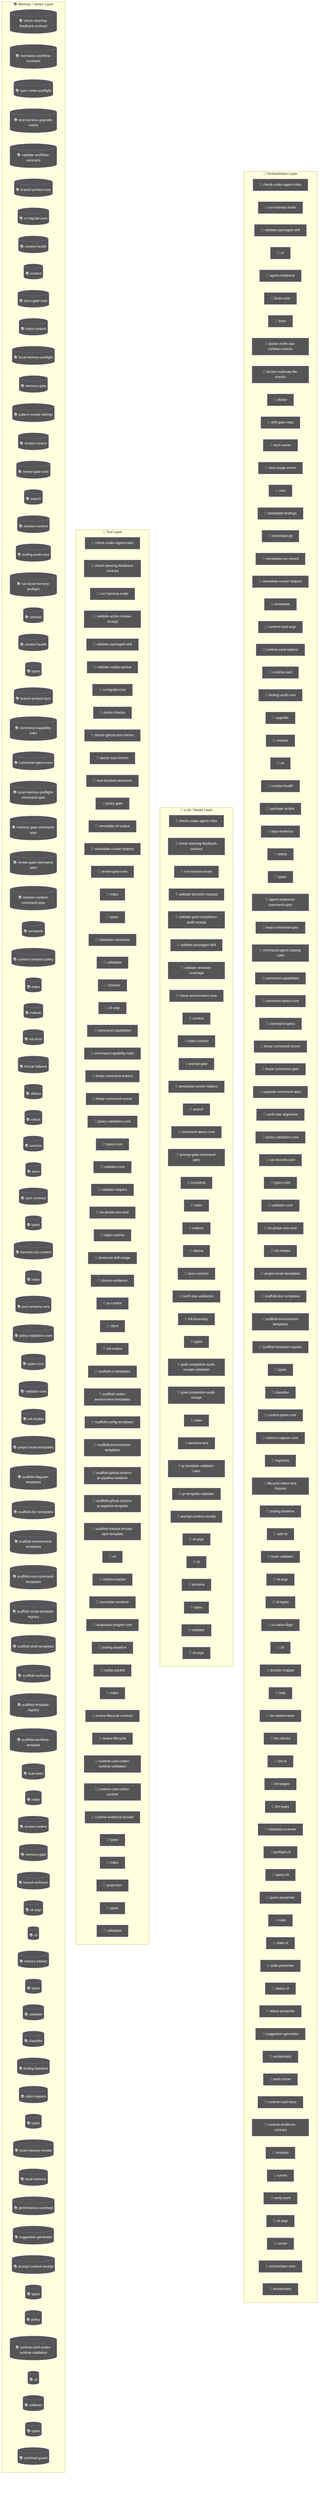
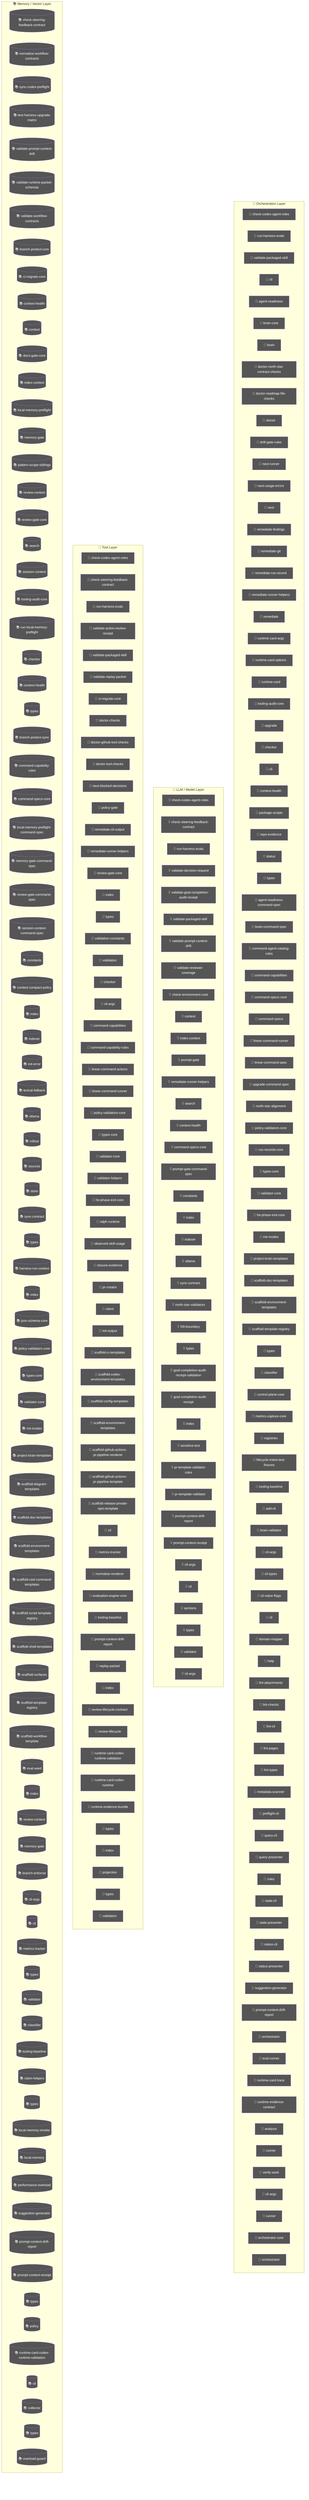
flowchart TD
  subgraph Orchestration["🎯 Orchestration Layer"]
    node_agent_mmd_orchestration_layer_orchestration_chec_7a9f0b64["🤖 check-codex-agent-roles"]
    node_agent_mmd_orchestration_layer_orchestration_run__18817957["🤖 run-harness-evals"]
    node_agent_mmd_orchestration_layer_orchestration_vali_c01b04be["🤖 validate-packaged-skill"]
    cli_99bb8840["🤖 cli"]
    agent_readiness_c82c68e6["🤖 agent-readiness"]
    brain_core_aa07c380["🤖 brain-core"]
    brain_bbbf7a64["🤖 brain"]
    doctor_north_star_contract_checks_0048124c["🤖 doctor-north-star-contract-checks"]
    doctor_roadmap_file_checks_14447b8e["🤖 doctor-roadmap-file-checks"]
    doctor_72f4be89["🤖 doctor"]
    drift_gate_rules_9685e72d["🤖 drift-gate-rules"]
    next_runner_41643472["🤖 next-runner"]
    next_usage_errors_837a345a["🤖 next-usage-errors"]
    next_c6c1c9a9["🤖 next"]
    remediate_findings_8b09c8c6["🤖 remediate-findings"]
    remediate_git_58c6f6f4["🤖 remediate-git"]
    remediate_run_record_9dfe5dc1["🤖 remediate-run-record"]
    node_agent_mmd_orchestration_layer_orchestration_reme_359fe98f["🤖 remediate-runner-helpers"]
    remediate_06b9c7fc["🤖 remediate"]
    runtime_card_args_2b3d4b28["🤖 runtime-card-args"]
    runtime_card_options_c9156ad5["🤖 runtime-card-options"]
    runtime_card_e06b53e1["🤖 runtime-card"]
    node_agent_mmd_orchestration_layer_orchestration_tool_acfe0c01["🤖 tooling-audit-core"]
    upgrade_7fef9479["🤖 upgrade"]
    node_agent_mmd_orchestration_layer_orchestration_chec_0550c395["🤖 checker"]
    cli_1_084e05fe["🤖 cli"]
    node_agent_mmd_orchestration_layer_orchestration_cont_61b3b9c9["🤖 context-health"]
    package_scripts_3ee6150f["🤖 package-scripts"]
    repo_evidence_38bb1de5["🤖 repo-evidence"]
    status_073c1634["🤖 status"]
    node_agent_mmd_orchestration_layer_orchestration_type_4f906dcc["🤖 types"]
    agent_readiness_command_spec_a30c2c1e["🤖 agent-readiness-command-spec"]
    brain_command_spec_15b122d5["🤖 brain-command-spec"]
    command_agent_catalog_rules_8e06b2af["🤖 command-agent-catalog-rules"]
    node_agent_mmd_orchestration_layer_orchestration_comm_6e41a7f7["🤖 command-capabilities"]
    node_agent_mmd_orchestration_layer_orchestration_comm_1f8cc24c["🤖 command-specs-core"]
    command_specs_69167c63["🤖 command-specs"]
    node_agent_mmd_orchestration_layer_orchestration_line_b67affd5["🤖 linear-command-runner"]
    linear_command_spec_1e12dd44["🤖 linear-command-spec"]
    upgrade_command_spec_03f6c7bd["🤖 upgrade-command-spec"]
    north_star_alignment_00440188["🤖 north-star-alignment"]
    node_agent_mmd_orchestration_layer_orchestration_poli_3270b55d["🤖 policy-validators-core"]
    run_records_core_89286dfa["🤖 run-records-core"]
    node_agent_mmd_orchestration_layer_orchestration_type_7cf81261["🤖 types-core"]
    node_agent_mmd_orchestration_layer_orchestration_vali_d9fe99e6["🤖 validator-core"]
    node_agent_mmd_orchestration_layer_orchestration_he_p_fc778c24["🤖 he-phase-exit-core"]
    node_agent_mmd_orchestration_layer_orchestration_init_2a9c3ecb["🤖 init-modes"]
    node_agent_mmd_orchestration_layer_orchestration_proj_6ab6f60f["🤖 project-brain-templates"]
    node_agent_mmd_orchestration_layer_orchestration_scaf_12cc07db["🤖 scaffold-doc-templates"]
    node_agent_mmd_orchestration_layer_orchestration_scaf_c9a90c2f["🤖 scaffold-environment-templates"]
    node_agent_mmd_orchestration_layer_orchestration_scaf_ff8f92f6["🤖 scaffold-template-registry"]
    types_15_86775c96["🤖 types"]
    node_agent_mmd_orchestration_layer_orchestration_clas_899b821a["🤖 classifier"]
    control_plane_core_db3b4cb2["🤖 control-plane-core"]
    metrics_capture_core_db4bf7cf["🤖 metrics-capture-core"]
    registries_06402afa["🤖 registries"]
    lifecycle_intent_test_fixtures_a53c7ada["🤖 lifecycle-intent-test-fixtures"]
    node_agent_mmd_orchestration_layer_orchestration_tool_cc43149f["🤖 tooling-baseline"]
    add_cli_7614de25["🤖 add-cli"]
    brain_validator_be251832["🤖 brain-validator"]
    cli_args_8_d546936e["🤖 cli-args"]
    cli_types_1686e858["🤖 cli-types"]
    cli_value_flags_732a8e43["🤖 cli-value-flags"]
    cli_9_b54c1407["🤖 cli"]
    domain_mapper_cd9333d2["🤖 domain-mapper"]
    help_106a5842["🤖 help"]
    lint_attachments_873c0632["🤖 lint-attachments"]
    lint_checks_83522b19["🤖 lint-checks"]
    lint_cli_9ec62ec0["🤖 lint-cli"]
    lint_pages_e33301d0["🤖 lint-pages"]
    lint_types_2862c255["🤖 lint-types"]
    metadata_scanner_6a101b66["🤖 metadata-scanner"]
    preflight_cli_5d148379["🤖 preflight-cli"]
    query_cli_b95be64d["🤖 query-cli"]
    query_presenter_02e6077c["🤖 query-presenter"]
    rules_6c621d1a["🤖 rules"]
    stale_cli_64548720["🤖 stale-cli"]
    stale_presenter_1de4e3a2["🤖 stale-presenter"]
    status_cli_4c24a0d6["🤖 status-cli"]
    status_presenter_8de686c1["🤖 status-presenter"]
    node_agent_mmd_orchestration_layer_orchestration_sugg_85c5ebe3["🤖 suggestion-generator"]
+     node_agent_mmd_orchestration_layer_orchestration_prom_d17b4de2["🤖 prompt-context-drift-report"]
    orchestrator_11376b7e["🤖 orchestrator"]
    eval_runner_0966a6b3["🤖 eval-runner"]
    runtime_card_trace_64a5ca95["🤖 runtime-card-trace"]
    runtime_evidence_contract_0f7b15b2["🤖 runtime-evidence-contract"]
    analysis_f44e85c4["🤖 analysis"]
    runner_527aa9f4["🤖 runner"]
    verify_work_1_cd8e7ec3["🤖 verify-work"]
    cli_args_14_3481043e["🤖 cli-args"]
    runner_1_6f281bf8["🤖 runner"]
    orchestrator_core_d0678b53["🤖 orchestrator-core"]
    orchestrator_1_6b7137c5["🤖 orchestrator"]
  end
  subgraph LLMLayer["🧠 LLM / Model Layer"]
    node_agent_mmd_llm_model_layer_llmlayer_check_codex_a_29e7b7fa["💡 check-codex-agent-roles"]
    node_agent_mmd_llm_model_layer_llmlayer_check_steerin_a7dbbd2f["💡 check-steering-feedback-contract"]
    node_agent_mmd_llm_model_layer_llmlayer_run_harness_e_603fcfdc["💡 run-harness-evals"]
    validate_decision_request_2e5c325e["💡 validate-decision-request"]
    validate_goal_completion_audit_receipt_100d252c["💡 validate-goal-completion-audit-receipt"]
    node_agent_mmd_llm_model_layer_llmlayer_validate_pack_2a12e1f4["💡 validate-packaged-skill"]
+     node_agent_mmd_llm_model_layer_llmlayer_validate_prom_9880f764["💡 validate-prompt-context-drift"]
    validate_reviewer_coverage_251efee3["💡 validate-reviewer-coverage"]
    check_environment_core_2c16213f["💡 check-environment-core"]
    node_agent_mmd_llm_model_layer_llmlayer_context_conte_ad2dfbd9["💡 context"]
    node_agent_mmd_llm_model_layer_llmlayer_index_context_1041bd11["💡 index-context"]
    prompt_gate_c5e9d207["💡 prompt-gate"]
    node_agent_mmd_llm_model_layer_llmlayer_remediate_run_9e3d4585["💡 remediate-runner-helpers"]
    node_agent_mmd_llm_model_layer_llmlayer_search_search_66b9a911["💡 search"]
+     node_agent_mmd_llm_model_layer_llmlayer_context_healt_cfc0bfa8["💡 context-health"]
    node_agent_mmd_llm_model_layer_llmlayer_command_specs_782af9fa["💡 command-specs-core"]
    prompt_gate_command_spec_9a941482["💡 prompt-gate-command-spec"]
    node_agent_mmd_llm_model_layer_llmlayer_constants_con_c9bd3f6c["💡 constants"]
    node_agent_mmd_llm_model_layer_llmlayer_index_index_1_02e160ff["💡 index"]
    node_agent_mmd_llm_model_layer_llmlayer_indexer_index_4f4deef5["💡 indexer"]
    node_agent_mmd_llm_model_layer_llmlayer_ollama_ollama_968b23fa["💡 ollama"]
    node_agent_mmd_llm_model_layer_llmlayer_sync_contract_9f3cc8c1["💡 sync-contract"]
    north_star_validators_cfc926ce["💡 north-star-validators"]
    hilt_boundary_9b36fb15["💡 hilt-boundary"]
    types_9_1db4641f["💡 types"]
    goal_completion_audit_receipt_validation_9d0f4891["💡 goal-completion-audit-receipt-validation"]
    goal_completion_audit_receipt_5e4939c3["💡 goal-completion-audit-receipt"]
    index_4_013aa0e3["💡 index"]
    sensitive_text_7c11f760["💡 sensitive-text"]
    pr_template_validator_rules_20a32d6b["💡 pr-template-validator-rules"]
    pr_template_validator_f1a53aee["💡 pr-template-validator"]
+     node_agent_mmd_llm_model_layer_llmlayer_index_index_1_02e160ff["💡 index"]
+     node_agent_mmd_llm_model_layer_llmlayer_prompt_contex_81f9066a["💡 prompt-context-drift-report"]
    node_agent_mmd_llm_model_layer_llmlayer_index_index_1_02e160ff["💡 index"]
    node_agent_mmd_llm_model_layer_llmlayer_prompt_contex_6426acc2["💡 prompt-context-receipt"]
    cli_args_9_9c136878["💡 cli-args"]
    cli_10_35dc8cbd["💡 cli"]
    sections_4697ef32["💡 sections"]
    types_25_89d086aa["💡 types"]
    validator_6_3688adbf["💡 validator"]
    cli_args_10_861cdd3f["💡 cli-args"]
  end
  subgraph ToolLayer["🔧 Tool Layer"]
    node_agent_mmd_tool_layer_toollayer_check_codex_agent_4b361d5a["🔧 check-codex-agent-roles"]
    node_agent_mmd_tool_layer_toollayer_check_steering_fe_84ed22c2["🔧 check-steering-feedback-contract"]
    node_agent_mmd_tool_layer_toollayer_run_harness_evals_e2ee24f1["🔧 run-harness-evals"]
    validate_action_review_receipt_fa2f06c3["🔧 validate-action-review-receipt"]
    node_agent_mmd_tool_layer_toollayer_validate_packaged_2855c827["🔧 validate-packaged-skill"]
    validate_replay_packet_f309747e["🔧 validate-replay-packet"]
    node_agent_mmd_tool_layer_toollayer_ci_migrate_core_c_049f8460["🔧 ci-migrate-core"]
    doctor_checks_5a2eb2b9["🔧 doctor-checks"]
    doctor_github_tool_checks_a53b0382["🔧 doctor-github-tool-checks"]
    doctor_tool_checks_4acac51a["🔧 doctor-tool-checks"]
    next_blocked_decisions_4140ad2b["🔧 next-blocked-decisions"]
    policy_gate_213f7313["🔧 policy-gate"]
    remediate_cli_output_cc165396["🔧 remediate-cli-output"]
    node_agent_mmd_tool_layer_toollayer_remediate_runner__c003b871["🔧 remediate-runner-helpers"]
    node_agent_mmd_tool_layer_toollayer_review_gate_core__7704598b["🔧 review-gate-core"]
    index_1bc04b52["🔧 index"]
    types_1_4ecdf56e["🔧 types"]
    validation_constants_e002a0f6["🔧 validation-constants"]
    validation_98c41dcd["🔧 validation"]
    node_agent_mmd_tool_layer_toollayer_checker_checker_2_453d593b["🔧 checker"]
    cli_args_1_6144b055["🔧 cli-args"]
    node_agent_mmd_tool_layer_toollayer_command_capabilit_7fe13db1["🔧 command-capabilities"]
    node_agent_mmd_tool_layer_toollayer_command_capabilit_e97a4615["🔧 command-capability-rules"]
    linear_command_actions_e430f4f4["🔧 linear-command-actions"]
    node_agent_mmd_tool_layer_toollayer_linear_command_ru_d6763748["🔧 linear-command-runner"]
    node_agent_mmd_tool_layer_toollayer_policy_validators_af136abf["🔧 policy-validators-core"]
    node_agent_mmd_tool_layer_toollayer_types_core_types__6c8319b6["🔧 types-core"]
    node_agent_mmd_tool_layer_toollayer_validator_core_va_6ef6131f["🔧 validator-core"]
    validator_helpers_7b927667["🔧 validator-helpers"]
    node_agent_mmd_tool_layer_toollayer_he_phase_exit_cor_af016160["🔧 he-phase-exit-core"]
    ralph_runtime_73d63c0e["🔧 ralph-runtime"]
    observed_skill_usage_ed7d5930["🔧 observed-skill-usage"]
    closure_evidence_aaa31467["🔧 closure-evidence"]
    pr_creator_dc6b1ea4["🔧 pr-creator"]
    client_948fe603["🔧 client"]
    init_output_360dce91["🔧 init-output"]
    scaffold_ci_templates_2afd6392["🔧 scaffold-ci-templates"]
    scaffold_codex_environment_templates_334fbbed["🔧 scaffold-codex-environment-templates"]
    scaffold_config_templates_4b80ce53["🔧 scaffold-config-templates"]
    node_agent_mmd_tool_layer_toollayer_scaffold_environm_c1afc013["🔧 scaffold-environment-templates"]
    scaffold_github_actions_pr_pipeline_renderer_1ee18de5["🔧 scaffold-github-actions-pr-pipeline-renderer"]
    scaffold_github_actions_pr_pipeline_template_e2b85f62["🔧 scaffold-github-actions-pr-pipeline-template"]
    scaffold_release_private_npm_template_075499f8["🔧 scaffold-release-private-npm-template"]
    node_agent_mmd_tool_layer_toollayer_cli_cli_2_1_32d9eeaf["🔧 cli"]
    node_agent_mmd_tool_layer_toollayer_metrics_tracker_m_4c9237d8["🔧 metrics-tracker"]
    normalise_renderer_85f2e563["🔧 normalise-renderer"]
    evaluation_engine_core_e054fe49["🔧 evaluation-engine-core"]
    node_agent_mmd_tool_layer_toollayer_tooling_baseline__61e66e9f["🔧 tooling-baseline"]
+     node_agent_mmd_tool_layer_toollayer_prompt_context_dr_a2772f2b["🔧 prompt-context-drift-report"]
    replay_packet_a1293f88["🔧 replay-packet"]
-     index_11_ffcd5842["🔧 index"]
+     index_12_762ec91b["🔧 index"]
    review_lifecycle_contract_e5447221["🔧 review-lifecycle-contract"]
    review_lifecycle_89afa64c["🔧 review-lifecycle"]
    node_agent_mmd_tool_layer_toollayer_runtime_card_code_3636ceac["🔧 runtime-card-codex-runtime-validation"]
    runtime_card_codex_runtime_0655e230["🔧 runtime-card-codex-runtime"]
    runtime_evidence_bundle_d471a232["🔧 runtime-evidence-bundle"]
    types_34_85e6a0bb["🔧 types"]
-     index_14_d982116c["🔧 index"]
+     index_15_99636ec5["🔧 index"]
    projection_1b250ea1["🔧 projection"]
    types_36_674380ec["🔧 types"]
    validation_6_097a7ce3["🔧 validation"]
  end
  subgraph MemoryLayer["📚 Memory / Vector Layer"]
    node_agent_mmd_memory_vector_layer_memorylayer_check__d71f8993[("📚 check-steering-feedback-contract")]
    normalize_workflow_contracts_8701f1c8[("📚 normalize-workflow-contracts")]
    sync_codex_preflight_7e7a8dc2[("📚 sync-codex-preflight")]
    test_harness_upgrade_matrix_84113c4e[("📚 test-harness-upgrade-matrix")]
+     node_agent_mmd_memory_vector_layer_memorylayer_valida_c52c4db8[("📚 validate-prompt-context-drift")]
+     validate_runtime_packet_schemas_bc3ba8ec[("📚 validate-runtime-packet-schemas")]
    validate_workflow_contracts_33dc063c[("📚 validate-workflow-contracts")]
    branch_protect_core_a8feb0fd[("📚 branch-protect-core")]
    node_agent_mmd_memory_vector_layer_memorylayer_ci_mig_0cd5b1a4[("📚 ci-migrate-core")]
    context_health_80bb7da9[("📚 context-health")]
    node_agent_mmd_memory_vector_layer_memorylayer_contex_78ceaaa9[("📚 context")]
    docs_gate_core_eb9b6c18[("📚 docs-gate-core")]
    node_agent_mmd_memory_vector_layer_memorylayer_index__6f3402d0[("📚 index-context")]
    local_memory_preflight_dcc36c42[("📚 local-memory-preflight")]
    memory_gate_a577a506[("📚 memory-gate")]
    pattern_scope_siblings_43abe000[("📚 pattern-scope-siblings")]
    review_context_ca6cf81d[("📚 review-context")]
    node_agent_mmd_memory_vector_layer_memorylayer_review_5bee9816[("📚 review-gate-core")]
    node_agent_mmd_memory_vector_layer_memorylayer_search_ac35cb7e[("📚 search")]
    session_context_e5ec72c0[("📚 session-context")]
    node_agent_mmd_memory_vector_layer_memorylayer_toolin_a1185b8f[("📚 tooling-audit-core")]
    run_local_memory_preflight_36e92808[("📚 run-local-memory-preflight")]
    node_agent_mmd_memory_vector_layer_memorylayer_checke_a583eb4f[("📚 checker")]
-     node_agent_mmd_memory_vector_layer_memorylayer_contex_fe0865d6[("📚 context-health")]
+     node_agent_mmd_memory_vector_layer_memorylayer_contex_3204aa0e[("📚 context-health")]
    node_agent_mmd_memory_vector_layer_memorylayer_types__9ad640a0[("📚 types")]
    branch_protect_sync_570adb18[("📚 branch-protect-sync")]
    node_agent_mmd_memory_vector_layer_memorylayer_comman_c72a5d05[("📚 command-capability-rules")]
    node_agent_mmd_memory_vector_layer_memorylayer_comman_111eb454[("📚 command-specs-core")]
    local_memory_preflight_command_spec_9e23f3ce[("📚 local-memory-preflight-command-spec")]
    memory_gate_command_spec_dc9001a9[("📚 memory-gate-command-spec")]
    review_gate_command_spec_3187376a[("📚 review-gate-command-spec")]
    session_context_command_spec_973afbb1[("📚 session-context-command-spec")]
    node_agent_mmd_memory_vector_layer_memorylayer_consta_702d3f46[("📚 constants")]
    context_compact_policy_3dcaf95d[("📚 context-compact-policy")]
    node_agent_mmd_memory_vector_layer_memorylayer_index__752bc61e[("📚 index")]
    node_agent_mmd_memory_vector_layer_memorylayer_indexe_93e6d86f[("📚 indexer")]
    init_error_5c7dd49f[("📚 init-error")]
    lexical_fallback_723e2b3e[("📚 lexical-fallback")]
    node_agent_mmd_memory_vector_layer_memorylayer_ollama_6d51be16[("📚 ollama")]
    rollout_a4fa034c[("📚 rollout")]
    sources_878a52fc[("📚 sources")]
    store_824d80d7[("📚 store")]
    node_agent_mmd_memory_vector_layer_memorylayer_sync_c_e43418bc[("📚 sync-contract")]
    types_7_2f1ed65e[("📚 types")]
    harness_run_context_ac7c77a9[("📚 harness-run-context")]
    index_3_7e40d474[("📚 index")]
    json_schema_core_96d7e328[("📚 json-schema-core")]
    node_agent_mmd_memory_vector_layer_memorylayer_policy_1944de42[("📚 policy-validators-core")]
    node_agent_mmd_memory_vector_layer_memorylayer_types__83f369fa[("📚 types-core")]
    node_agent_mmd_memory_vector_layer_memorylayer_valida_41034356[("📚 validator-core")]
    node_agent_mmd_memory_vector_layer_memorylayer_init_m_333d02c5[("📚 init-modes")]
    node_agent_mmd_memory_vector_layer_memorylayer_projec_3ae304d9[("📚 project-brain-templates")]
    scaffold_diagram_templates_dd88e83c[("📚 scaffold-diagram-templates")]
    node_agent_mmd_memory_vector_layer_memorylayer_scaffo_5fd73b94[("📚 scaffold-doc-templates")]
    node_agent_mmd_memory_vector_layer_memorylayer_scaffo_12b42341[("📚 scaffold-environment-templates")]
    scaffold_root_command_templates_404fed7f[("📚 scaffold-root-command-templates")]
    scaffold_script_template_registry_69312d4e[("📚 scaffold-script-template-registry")]
    scaffold_shell_templates_0ad0f915[("📚 scaffold-shell-templates")]
    scaffold_surfaces_12d6494e[("📚 scaffold-surfaces")]
    node_agent_mmd_memory_vector_layer_memorylayer_scaffo_a86eece1[("📚 scaffold-template-registry")]
    scaffold_workflow_template_92310587[("📚 scaffold-workflow-template")]
    eval_seed_5699fd3e[("📚 eval-seed")]
    index_8_6f0f20ec[("📚 index")]
    review_context_1_e3afed15[("📚 review-context")]
    memory_gate_1_265164ac[("📚 memory-gate")]
    branch_enforcer_acb749cd[("📚 branch-enforcer")]
    cli_args_5_09ea29f0[("📚 cli-args")]
    node_agent_mmd_memory_vector_layer_memorylayer_cli_cl_1f1f89ab[("📚 cli")]
    node_agent_mmd_memory_vector_layer_memorylayer_metric_12562178[("📚 metrics-tracker")]
    types_17_ed30531c[("📚 types")]
    validator_4_5180cf23[("📚 validator")]
    node_agent_mmd_memory_vector_layer_memorylayer_classi_1ebbf5ff[("📚 classifier")]
    node_agent_mmd_memory_vector_layer_memorylayer_toolin_14f86b00[("📚 tooling-baseline")]
    claim_helpers_20dc8387[("📚 claim-helpers")]
    types_22_f3cf4a73[("📚 types")]
    local_memory_smoke_1175abfc[("📚 local-memory-smoke")]
    local_memory_0db17ecc[("📚 local-memory")]
    performance_overload_c685bfcf[("📚 performance-overload")]
    node_agent_mmd_memory_vector_layer_memorylayer_sugges_267f408d[("📚 suggestion-generator")]
    node_agent_mmd_memory_vector_layer_memorylayer_index__752bc61e[("📚 index")]
+     node_agent_mmd_memory_vector_layer_memorylayer_prompt_ae34fc43[("📚 prompt-context-drift-report")]
+     node_agent_mmd_memory_vector_layer_memorylayer_index__752bc61e[("📚 index")]
    node_agent_mmd_memory_vector_layer_memorylayer_prompt_55c0d605[("📚 prompt-context-receipt")]
    types_29_929d5a70[("📚 types")]
    policy_1_fc4198db[("📚 policy")]
    node_agent_mmd_memory_vector_layer_memorylayer_runtim_a5d23e7f[("📚 runtime-card-codex-runtime-validation")]
    cli_11_338a8415[("📚 cli")]
    collector_0736fd5b[("📚 collector")]
    types_32_bfe791ff[("📚 types")]
    overload_guard_2748c559[("📚 overload-guard")]
  end
  classDef agentNode fill:#555,color:#fff
-   class node_agent_mmd_orchestration_layer_orchestration_chec_7a9f0b64,node_agent_mmd_llm_model_layer_llmlayer_check_codex_a_29e7b7fa,node_agent_mmd_tool_layer_toollayer_check_codex_agent_4b361d5a,node_agent_mmd_orchestration_layer_orchestration_run__18817957,node_agent_mmd_llm_model_layer_llmlayer_run_harness_e_603fcfdc,node_agent_mmd_tool_layer_toollayer_run_harness_evals_e2ee24f1,node_agent_mmd_orchestration_layer_orchestration_vali_c01b04be,node_agent_mmd_llm_model_layer_llmlayer_validate_pack_2a12e1f4,node_agent_mmd_tool_layer_toollayer_validate_packaged_2855c827,cli_99bb8840,agent_readiness_c82c68e6,brain_core_aa07c380,brain_bbbf7a64,doctor_north_star_contract_checks_0048124c,doctor_roadmap_file_checks_14447b8e,doctor_72f4be89,drift_gate_rules_9685e72d,next_runner_41643472,next_usage_errors_837a345a,next_c6c1c9a9,remediate_findings_8b09c8c6,remediate_git_58c6f6f4,remediate_run_record_9dfe5dc1,node_agent_mmd_orchestration_layer_orchestration_reme_359fe98f,node_agent_mmd_llm_model_layer_llmlayer_remediate_run_9e3d4585,node_agent_mmd_tool_layer_toollayer_remediate_runner__c003b871,remediate_06b9c7fc,runtime_card_args_2b3d4b28,runtime_card_options_c9156ad5,runtime_card_e06b53e1,node_agent_mmd_orchestration_layer_orchestration_tool_acfe0c01,node_agent_mmd_memory_vector_layer_memorylayer_toolin_a1185b8f,upgrade_7fef9479,node_agent_mmd_orchestration_layer_orchestration_chec_0550c395,node_agent_mmd_tool_layer_toollayer_checker_checker_2_453d593b,node_agent_mmd_memory_vector_layer_memorylayer_checke_a583eb4f,cli_1_084e05fe,node_agent_mmd_orchestration_layer_orchestration_cont_61b3b9c9,node_agent_mmd_memory_vector_layer_memorylayer_contex_fe0865d6,package_scripts_3ee6150f,repo_evidence_38bb1de5,status_073c1634,node_agent_mmd_orchestration_layer_orchestration_type_4f906dcc,node_agent_mmd_memory_vector_layer_memorylayer_types__9ad640a0,agent_readiness_command_spec_a30c2c1e,brain_command_spec_15b122d5,command_agent_catalog_rules_8e06b2af,node_agent_mmd_orchestration_layer_orchestration_comm_6e41a7f7,node_agent_mmd_tool_layer_toollayer_command_capabilit_7fe13db1,node_agent_mmd_orchestration_layer_orchestration_comm_1f8cc24c,node_agent_mmd_llm_model_layer_llmlayer_command_specs_782af9fa,node_agent_mmd_memory_vector_layer_memorylayer_comman_111eb454,command_specs_69167c63,node_agent_mmd_orchestration_layer_orchestration_line_b67affd5,node_agent_mmd_tool_layer_toollayer_linear_command_ru_d6763748,linear_command_spec_1e12dd44,upgrade_command_spec_03f6c7bd,north_star_alignment_00440188,node_agent_mmd_orchestration_layer_orchestration_poli_3270b55d,node_agent_mmd_tool_layer_toollayer_policy_validators_af136abf,node_agent_mmd_memory_vector_layer_memorylayer_policy_1944de42,run_records_core_89286dfa,node_agent_mmd_orchestration_layer_orchestration_type_7cf81261,node_agent_mmd_tool_layer_toollayer_types_core_types__6c8319b6,node_agent_mmd_memory_vector_layer_memorylayer_types__83f369fa,node_agent_mmd_orchestration_layer_orchestration_vali_d9fe99e6,node_agent_mmd_tool_layer_toollayer_validator_core_va_6ef6131f,node_agent_mmd_memory_vector_layer_memorylayer_valida_41034356,node_agent_mmd_orchestration_layer_orchestration_he_p_fc778c24,node_agent_mmd_tool_layer_toollayer_he_phase_exit_cor_af016160,node_agent_mmd_orchestration_layer_orchestration_init_2a9c3ecb,node_agent_mmd_memory_vector_layer_memorylayer_init_m_333d02c5,node_agent_mmd_orchestration_layer_orchestration_proj_6ab6f60f,node_agent_mmd_memory_vector_layer_memorylayer_projec_3ae304d9,node_agent_mmd_orchestration_layer_orchestration_scaf_12cc07db,node_agent_mmd_memory_vector_layer_memorylayer_scaffo_5fd73b94,node_agent_mmd_orchestration_layer_orchestration_scaf_c9a90c2f,node_agent_mmd_tool_layer_toollayer_scaffold_environm_c1afc013,node_agent_mmd_memory_vector_layer_memorylayer_scaffo_12b42341,node_agent_mmd_orchestration_layer_orchestration_scaf_ff8f92f6,node_agent_mmd_memory_vector_layer_memorylayer_scaffo_a86eece1,types_15_86775c96,node_agent_mmd_orchestration_layer_orchestration_clas_899b821a,node_agent_mmd_memory_vector_layer_memorylayer_classi_1ebbf5ff,control_plane_core_db3b4cb2,metrics_capture_core_db4bf7cf,registries_06402afa,lifecycle_intent_test_fixtures_a53c7ada,node_agent_mmd_orchestration_layer_orchestration_tool_cc43149f,node_agent_mmd_tool_layer_toollayer_tooling_baseline__61e66e9f,node_agent_mmd_memory_vector_layer_memorylayer_toolin_14f86b00,add_cli_7614de25,brain_validator_be251832,cli_args_8_d546936e,cli_types_1686e858,cli_value_flags_732a8e43,cli_9_b54c1407,domain_mapper_cd9333d2,help_106a5842,lint_attachments_873c0632,lint_checks_83522b19,lint_cli_9ec62ec0,lint_pages_e33301d0,lint_types_2862c255,metadata_scanner_6a101b66,preflight_cli_5d148379,query_cli_b95be64d,query_presenter_02e6077c,rules_6c621d1a,stale_cli_64548720,stale_presenter_1de4e3a2,status_cli_4c24a0d6,status_presenter_8de686c1,node_agent_mmd_orchestration_layer_orchestration_sugg_85c5ebe3,node_agent_mmd_memory_vector_layer_memorylayer_sugges_267f408d,orchestrator_11376b7e,eval_runner_0966a6b3,runtime_card_trace_64a5ca95,runtime_evidence_contract_0f7b15b2,analysis_f44e85c4,runner_527aa9f4,verify_work_1_cd8e7ec3,cli_args_14_3481043e,runner_1_6f281bf8,orchestrator_core_d0678b53,orchestrator_1_6b7137c5 agentNode
+   class node_agent_mmd_orchestration_layer_orchestration_chec_7a9f0b64,node_agent_mmd_llm_model_layer_llmlayer_check_codex_a_29e7b7fa,node_agent_mmd_tool_layer_toollayer_check_codex_agent_4b361d5a,node_agent_mmd_orchestration_layer_orchestration_run__18817957,node_agent_mmd_llm_model_layer_llmlayer_run_harness_e_603fcfdc,node_agent_mmd_tool_layer_toollayer_run_harness_evals_e2ee24f1,node_agent_mmd_orchestration_layer_orchestration_vali_c01b04be,node_agent_mmd_llm_model_layer_llmlayer_validate_pack_2a12e1f4,node_agent_mmd_tool_layer_toollayer_validate_packaged_2855c827,cli_99bb8840,agent_readiness_c82c68e6,brain_core_aa07c380,brain_bbbf7a64,doctor_north_star_contract_checks_0048124c,doctor_roadmap_file_checks_14447b8e,doctor_72f4be89,drift_gate_rules_9685e72d,next_runner_41643472,next_usage_errors_837a345a,next_c6c1c9a9,remediate_findings_8b09c8c6,remediate_git_58c6f6f4,remediate_run_record_9dfe5dc1,node_agent_mmd_orchestration_layer_orchestration_reme_359fe98f,node_agent_mmd_llm_model_layer_llmlayer_remediate_run_9e3d4585,node_agent_mmd_tool_layer_toollayer_remediate_runner__c003b871,remediate_06b9c7fc,runtime_card_args_2b3d4b28,runtime_card_options_c9156ad5,runtime_card_e06b53e1,node_agent_mmd_orchestration_layer_orchestration_tool_acfe0c01,node_agent_mmd_memory_vector_layer_memorylayer_toolin_a1185b8f,upgrade_7fef9479,node_agent_mmd_orchestration_layer_orchestration_chec_0550c395,node_agent_mmd_tool_layer_toollayer_checker_checker_2_453d593b,node_agent_mmd_memory_vector_layer_memorylayer_checke_a583eb4f,cli_1_084e05fe,node_agent_mmd_orchestration_layer_orchestration_cont_61b3b9c9,node_agent_mmd_llm_model_layer_llmlayer_context_healt_cfc0bfa8,node_agent_mmd_memory_vector_layer_memorylayer_contex_3204aa0e,package_scripts_3ee6150f,repo_evidence_38bb1de5,status_073c1634,node_agent_mmd_orchestration_layer_orchestration_type_4f906dcc,node_agent_mmd_memory_vector_layer_memorylayer_types__9ad640a0,agent_readiness_command_spec_a30c2c1e,brain_command_spec_15b122d5,command_agent_catalog_rules_8e06b2af,node_agent_mmd_orchestration_layer_orchestration_comm_6e41a7f7,node_agent_mmd_tool_layer_toollayer_command_capabilit_7fe13db1,node_agent_mmd_orchestration_layer_orchestration_comm_1f8cc24c,node_agent_mmd_llm_model_layer_llmlayer_command_specs_782af9fa,node_agent_mmd_memory_vector_layer_memorylayer_comman_111eb454,command_specs_69167c63,node_agent_mmd_orchestration_layer_orchestration_line_b67affd5,node_agent_mmd_tool_layer_toollayer_linear_command_ru_d6763748,linear_command_spec_1e12dd44,upgrade_command_spec_03f6c7bd,north_star_alignment_00440188,node_agent_mmd_orchestration_layer_orchestration_poli_3270b55d,node_agent_mmd_tool_layer_toollayer_policy_validators_af136abf,node_agent_mmd_memory_vector_layer_memorylayer_policy_1944de42,run_records_core_89286dfa,node_agent_mmd_orchestration_layer_orchestration_type_7cf81261,node_agent_mmd_tool_layer_toollayer_types_core_types__6c8319b6,node_agent_mmd_memory_vector_layer_memorylayer_types__83f369fa,node_agent_mmd_orchestration_layer_orchestration_vali_d9fe99e6,node_agent_mmd_tool_layer_toollayer_validator_core_va_6ef6131f,node_agent_mmd_memory_vector_layer_memorylayer_valida_41034356,node_agent_mmd_orchestration_layer_orchestration_he_p_fc778c24,node_agent_mmd_tool_layer_toollayer_he_phase_exit_cor_af016160,node_agent_mmd_orchestration_layer_orchestration_init_2a9c3ecb,node_agent_mmd_memory_vector_layer_memorylayer_init_m_333d02c5,node_agent_mmd_orchestration_layer_orchestration_proj_6ab6f60f,node_agent_mmd_memory_vector_layer_memorylayer_projec_3ae304d9,node_agent_mmd_orchestration_layer_orchestration_scaf_12cc07db,node_agent_mmd_memory_vector_layer_memorylayer_scaffo_5fd73b94,node_agent_mmd_orchestration_layer_orchestration_scaf_c9a90c2f,node_agent_mmd_tool_layer_toollayer_scaffold_environm_c1afc013,node_agent_mmd_memory_vector_layer_memorylayer_scaffo_12b42341,node_agent_mmd_orchestration_layer_orchestration_scaf_ff8f92f6,node_agent_mmd_memory_vector_layer_memorylayer_scaffo_a86eece1,types_15_86775c96,node_agent_mmd_orchestration_layer_orchestration_clas_899b821a,node_agent_mmd_memory_vector_layer_memorylayer_classi_1ebbf5ff,control_plane_core_db3b4cb2,metrics_capture_core_db4bf7cf,registries_06402afa,lifecycle_intent_test_fixtures_a53c7ada,node_agent_mmd_orchestration_layer_orchestration_tool_cc43149f,node_agent_mmd_tool_layer_toollayer_tooling_baseline__61e66e9f,node_agent_mmd_memory_vector_layer_memorylayer_toolin_14f86b00,add_cli_7614de25,brain_validator_be251832,cli_args_8_d546936e,cli_types_1686e858,cli_value_flags_732a8e43,cli_9_b54c1407,domain_mapper_cd9333d2,help_106a5842,lint_attachments_873c0632,lint_checks_83522b19,lint_cli_9ec62ec0,lint_pages_e33301d0,lint_types_2862c255,metadata_scanner_6a101b66,preflight_cli_5d148379,query_cli_b95be64d,query_presenter_02e6077c,rules_6c621d1a,stale_cli_64548720,stale_presenter_1de4e3a2,status_cli_4c24a0d6,status_presenter_8de686c1,node_agent_mmd_orchestration_layer_orchestration_sugg_85c5ebe3,node_agent_mmd_memory_vector_layer_memorylayer_sugges_267f408d,node_agent_mmd_orchestration_layer_orchestration_prom_d17b4de2,node_agent_mmd_llm_model_layer_llmlayer_prompt_contex_81f9066a,node_agent_mmd_tool_layer_toollayer_prompt_context_dr_a2772f2b,node_agent_mmd_memory_vector_layer_memorylayer_prompt_ae34fc43,orchestrator_11376b7e,eval_runner_0966a6b3,runtime_card_trace_64a5ca95,runtime_evidence_contract_0f7b15b2,analysis_f44e85c4,runner_527aa9f4,verify_work_1_cd8e7ec3,cli_args_14_3481043e,runner_1_6f281bf8,orchestrator_core_d0678b53,orchestrator_1_6b7137c5 agentNode
  classDef llmNode fill:#555,color:#fff
-   class node_agent_mmd_orchestration_layer_orchestration_chec_7a9f0b64,node_agent_mmd_llm_model_layer_llmlayer_check_codex_a_29e7b7fa,node_agent_mmd_tool_layer_toollayer_check_codex_agent_4b361d5a,node_agent_mmd_llm_model_layer_llmlayer_check_steerin_a7dbbd2f,node_agent_mmd_tool_layer_toollayer_check_steering_fe_84ed22c2,node_agent_mmd_memory_vector_layer_memorylayer_check__d71f8993,node_agent_mmd_orchestration_layer_orchestration_run__18817957,node_agent_mmd_llm_model_layer_llmlayer_run_harness_e_603fcfdc,node_agent_mmd_tool_layer_toollayer_run_harness_evals_e2ee24f1,validate_decision_request_2e5c325e,validate_goal_completion_audit_receipt_100d252c,node_agent_mmd_orchestration_layer_orchestration_vali_c01b04be,node_agent_mmd_llm_model_layer_llmlayer_validate_pack_2a12e1f4,node_agent_mmd_tool_layer_toollayer_validate_packaged_2855c827,validate_reviewer_coverage_251efee3,check_environment_core_2c16213f,node_agent_mmd_llm_model_layer_llmlayer_context_conte_ad2dfbd9,node_agent_mmd_memory_vector_layer_memorylayer_contex_78ceaaa9,node_agent_mmd_llm_model_layer_llmlayer_index_context_1041bd11,node_agent_mmd_memory_vector_layer_memorylayer_index__6f3402d0,prompt_gate_c5e9d207,node_agent_mmd_orchestration_layer_orchestration_reme_359fe98f,node_agent_mmd_llm_model_layer_llmlayer_remediate_run_9e3d4585,node_agent_mmd_tool_layer_toollayer_remediate_runner__c003b871,node_agent_mmd_llm_model_layer_llmlayer_search_search_66b9a911,node_agent_mmd_memory_vector_layer_memorylayer_search_ac35cb7e,node_agent_mmd_orchestration_layer_orchestration_comm_1f8cc24c,node_agent_mmd_llm_model_layer_llmlayer_command_specs_782af9fa,node_agent_mmd_memory_vector_layer_memorylayer_comman_111eb454,prompt_gate_command_spec_9a941482,node_agent_mmd_llm_model_layer_llmlayer_constants_con_c9bd3f6c,node_agent_mmd_memory_vector_layer_memorylayer_consta_702d3f46,node_agent_mmd_llm_model_layer_llmlayer_index_index_1_02e160ff,node_agent_mmd_memory_vector_layer_memorylayer_index__752bc61e,node_agent_mmd_llm_model_layer_llmlayer_indexer_index_4f4deef5,node_agent_mmd_memory_vector_layer_memorylayer_indexe_93e6d86f,node_agent_mmd_llm_model_layer_llmlayer_ollama_ollama_968b23fa,node_agent_mmd_memory_vector_layer_memorylayer_ollama_6d51be16,node_agent_mmd_llm_model_layer_llmlayer_sync_contract_9f3cc8c1,node_agent_mmd_memory_vector_layer_memorylayer_sync_c_e43418bc,north_star_validators_cfc926ce,hilt_boundary_9b36fb15,types_9_1db4641f,goal_completion_audit_receipt_validation_9d0f4891,goal_completion_audit_receipt_5e4939c3,index_4_013aa0e3,sensitive_text_7c11f760,pr_template_validator_rules_20a32d6b,pr_template_validator_f1a53aee,node_agent_mmd_llm_model_layer_llmlayer_prompt_contex_6426acc2,node_agent_mmd_memory_vector_layer_memorylayer_prompt_55c0d605,cli_args_9_9c136878,cli_10_35dc8cbd,sections_4697ef32,types_25_89d086aa,validator_6_3688adbf,cli_args_10_861cdd3f llmNode
+   class node_agent_mmd_orchestration_layer_orchestration_chec_7a9f0b64,node_agent_mmd_llm_model_layer_llmlayer_check_codex_a_29e7b7fa,node_agent_mmd_tool_layer_toollayer_check_codex_agent_4b361d5a,node_agent_mmd_llm_model_layer_llmlayer_check_steerin_a7dbbd2f,node_agent_mmd_tool_layer_toollayer_check_steering_fe_84ed22c2,node_agent_mmd_memory_vector_layer_memorylayer_check__d71f8993,node_agent_mmd_orchestration_layer_orchestration_run__18817957,node_agent_mmd_llm_model_layer_llmlayer_run_harness_e_603fcfdc,node_agent_mmd_tool_layer_toollayer_run_harness_evals_e2ee24f1,validate_decision_request_2e5c325e,validate_goal_completion_audit_receipt_100d252c,node_agent_mmd_orchestration_layer_orchestration_vali_c01b04be,node_agent_mmd_llm_model_layer_llmlayer_validate_pack_2a12e1f4,node_agent_mmd_tool_layer_toollayer_validate_packaged_2855c827,node_agent_mmd_llm_model_layer_llmlayer_validate_prom_9880f764,node_agent_mmd_memory_vector_layer_memorylayer_valida_c52c4db8,validate_reviewer_coverage_251efee3,check_environment_core_2c16213f,node_agent_mmd_llm_model_layer_llmlayer_context_conte_ad2dfbd9,node_agent_mmd_memory_vector_layer_memorylayer_contex_78ceaaa9,node_agent_mmd_llm_model_layer_llmlayer_index_context_1041bd11,node_agent_mmd_memory_vector_layer_memorylayer_index__6f3402d0,prompt_gate_c5e9d207,node_agent_mmd_orchestration_layer_orchestration_reme_359fe98f,node_agent_mmd_llm_model_layer_llmlayer_remediate_run_9e3d4585,node_agent_mmd_tool_layer_toollayer_remediate_runner__c003b871,node_agent_mmd_llm_model_layer_llmlayer_search_search_66b9a911,node_agent_mmd_memory_vector_layer_memorylayer_search_ac35cb7e,node_agent_mmd_orchestration_layer_orchestration_cont_61b3b9c9,node_agent_mmd_llm_model_layer_llmlayer_context_healt_cfc0bfa8,node_agent_mmd_memory_vector_layer_memorylayer_contex_3204aa0e,node_agent_mmd_orchestration_layer_orchestration_comm_1f8cc24c,node_agent_mmd_llm_model_layer_llmlayer_command_specs_782af9fa,node_agent_mmd_memory_vector_layer_memorylayer_comman_111eb454,prompt_gate_command_spec_9a941482,node_agent_mmd_llm_model_layer_llmlayer_constants_con_c9bd3f6c,node_agent_mmd_memory_vector_layer_memorylayer_consta_702d3f46,node_agent_mmd_llm_model_layer_llmlayer_index_index_1_02e160ff,node_agent_mmd_memory_vector_layer_memorylayer_index__752bc61e,node_agent_mmd_llm_model_layer_llmlayer_indexer_index_4f4deef5,node_agent_mmd_memory_vector_layer_memorylayer_indexe_93e6d86f,node_agent_mmd_llm_model_layer_llmlayer_ollama_ollama_968b23fa,node_agent_mmd_memory_vector_layer_memorylayer_ollama_6d51be16,node_agent_mmd_llm_model_layer_llmlayer_sync_contract_9f3cc8c1,node_agent_mmd_memory_vector_layer_memorylayer_sync_c_e43418bc,north_star_validators_cfc926ce,hilt_boundary_9b36fb15,types_9_1db4641f,goal_completion_audit_receipt_validation_9d0f4891,goal_completion_audit_receipt_5e4939c3,index_4_013aa0e3,sensitive_text_7c11f760,pr_template_validator_rules_20a32d6b,pr_template_validator_f1a53aee,node_agent_mmd_orchestration_layer_orchestration_prom_d17b4de2,node_agent_mmd_llm_model_layer_llmlayer_prompt_contex_81f9066a,node_agent_mmd_tool_layer_toollayer_prompt_context_dr_a2772f2b,node_agent_mmd_memory_vector_layer_memorylayer_prompt_ae34fc43,node_agent_mmd_llm_model_layer_llmlayer_prompt_contex_6426acc2,node_agent_mmd_memory_vector_layer_memorylayer_prompt_55c0d605,cli_args_9_9c136878,cli_10_35dc8cbd,sections_4697ef32,types_25_89d086aa,validator_6_3688adbf,cli_args_10_861cdd3f llmNode
  classDef toolNode fill:#555,color:#fff
-   class node_agent_mmd_orchestration_layer_orchestration_chec_7a9f0b64,node_agent_mmd_llm_model_layer_llmlayer_check_codex_a_29e7b7fa,node_agent_mmd_tool_layer_toollayer_check_codex_agent_4b361d5a,node_agent_mmd_llm_model_layer_llmlayer_check_steerin_a7dbbd2f,node_agent_mmd_tool_layer_toollayer_check_steering_fe_84ed22c2,node_agent_mmd_memory_vector_layer_memorylayer_check__d71f8993,node_agent_mmd_orchestration_layer_orchestration_run__18817957,node_agent_mmd_llm_model_layer_llmlayer_run_harness_e_603fcfdc,node_agent_mmd_tool_layer_toollayer_run_harness_evals_e2ee24f1,validate_action_review_receipt_fa2f06c3,node_agent_mmd_orchestration_layer_orchestration_vali_c01b04be,node_agent_mmd_llm_model_layer_llmlayer_validate_pack_2a12e1f4,node_agent_mmd_tool_layer_toollayer_validate_packaged_2855c827,validate_replay_packet_f309747e,node_agent_mmd_tool_layer_toollayer_ci_migrate_core_c_049f8460,node_agent_mmd_memory_vector_layer_memorylayer_ci_mig_0cd5b1a4,doctor_checks_5a2eb2b9,doctor_github_tool_checks_a53b0382,doctor_tool_checks_4acac51a,next_blocked_decisions_4140ad2b,policy_gate_213f7313,remediate_cli_output_cc165396,node_agent_mmd_orchestration_layer_orchestration_reme_359fe98f,node_agent_mmd_llm_model_layer_llmlayer_remediate_run_9e3d4585,node_agent_mmd_tool_layer_toollayer_remediate_runner__c003b871,node_agent_mmd_tool_layer_toollayer_review_gate_core__7704598b,node_agent_mmd_memory_vector_layer_memorylayer_review_5bee9816,index_1bc04b52,types_1_4ecdf56e,validation_constants_e002a0f6,validation_98c41dcd,node_agent_mmd_orchestration_layer_orchestration_chec_0550c395,node_agent_mmd_tool_layer_toollayer_checker_checker_2_453d593b,node_agent_mmd_memory_vector_layer_memorylayer_checke_a583eb4f,cli_args_1_6144b055,node_agent_mmd_orchestration_layer_orchestration_comm_6e41a7f7,node_agent_mmd_tool_layer_toollayer_command_capabilit_7fe13db1,node_agent_mmd_tool_layer_toollayer_command_capabilit_e97a4615,node_agent_mmd_memory_vector_layer_memorylayer_comman_c72a5d05,linear_command_actions_e430f4f4,node_agent_mmd_orchestration_layer_orchestration_line_b67affd5,node_agent_mmd_tool_layer_toollayer_linear_command_ru_d6763748,node_agent_mmd_orchestration_layer_orchestration_poli_3270b55d,node_agent_mmd_tool_layer_toollayer_policy_validators_af136abf,node_agent_mmd_memory_vector_layer_memorylayer_policy_1944de42,node_agent_mmd_orchestration_layer_orchestration_type_7cf81261,node_agent_mmd_tool_layer_toollayer_types_core_types__6c8319b6,node_agent_mmd_memory_vector_layer_memorylayer_types__83f369fa,node_agent_mmd_orchestration_layer_orchestration_vali_d9fe99e6,node_agent_mmd_tool_layer_toollayer_validator_core_va_6ef6131f,node_agent_mmd_memory_vector_layer_memorylayer_valida_41034356,validator_helpers_7b927667,node_agent_mmd_orchestration_layer_orchestration_he_p_fc778c24,node_agent_mmd_tool_layer_toollayer_he_phase_exit_cor_af016160,ralph_runtime_73d63c0e,observed_skill_usage_ed7d5930,closure_evidence_aaa31467,pr_creator_dc6b1ea4,client_948fe603,init_output_360dce91,scaffold_ci_templates_2afd6392,scaffold_codex_environment_templates_334fbbed,scaffold_config_templates_4b80ce53,node_agent_mmd_orchestration_layer_orchestration_scaf_c9a90c2f,node_agent_mmd_tool_layer_toollayer_scaffold_environm_c1afc013,node_agent_mmd_memory_vector_layer_memorylayer_scaffo_12b42341,scaffold_github_actions_pr_pipeline_renderer_1ee18de5,scaffold_github_actions_pr_pipeline_template_e2b85f62,scaffold_release_private_npm_template_075499f8,node_agent_mmd_tool_layer_toollayer_cli_cli_2_1_32d9eeaf,node_agent_mmd_memory_vector_layer_memorylayer_cli_cl_1f1f89ab,node_agent_mmd_tool_layer_toollayer_metrics_tracker_m_4c9237d8,node_agent_mmd_memory_vector_layer_memorylayer_metric_12562178,normalise_renderer_85f2e563,evaluation_engine_core_e054fe49,node_agent_mmd_orchestration_layer_orchestration_tool_cc43149f,node_agent_mmd_tool_layer_toollayer_tooling_baseline__61e66e9f,node_agent_mmd_memory_vector_layer_memorylayer_toolin_14f86b00,replay_packet_a1293f88,index_11_ffcd5842,review_lifecycle_contract_e5447221,review_lifecycle_89afa64c,node_agent_mmd_tool_layer_toollayer_runtime_card_code_3636ceac,node_agent_mmd_memory_vector_layer_memorylayer_runtim_a5d23e7f,runtime_card_codex_runtime_0655e230,runtime_evidence_bundle_d471a232,types_34_85e6a0bb,index_14_d982116c,projection_1b250ea1,types_36_674380ec,validation_6_097a7ce3 toolNode
+   class node_agent_mmd_orchestration_layer_orchestration_chec_7a9f0b64,node_agent_mmd_llm_model_layer_llmlayer_check_codex_a_29e7b7fa,node_agent_mmd_tool_layer_toollayer_check_codex_agent_4b361d5a,node_agent_mmd_llm_model_layer_llmlayer_check_steerin_a7dbbd2f,node_agent_mmd_tool_layer_toollayer_check_steering_fe_84ed22c2,node_agent_mmd_memory_vector_layer_memorylayer_check__d71f8993,node_agent_mmd_orchestration_layer_orchestration_run__18817957,node_agent_mmd_llm_model_layer_llmlayer_run_harness_e_603fcfdc,node_agent_mmd_tool_layer_toollayer_run_harness_evals_e2ee24f1,validate_action_review_receipt_fa2f06c3,node_agent_mmd_orchestration_layer_orchestration_vali_c01b04be,node_agent_mmd_llm_model_layer_llmlayer_validate_pack_2a12e1f4,node_agent_mmd_tool_layer_toollayer_validate_packaged_2855c827,validate_replay_packet_f309747e,node_agent_mmd_tool_layer_toollayer_ci_migrate_core_c_049f8460,node_agent_mmd_memory_vector_layer_memorylayer_ci_mig_0cd5b1a4,doctor_checks_5a2eb2b9,doctor_github_tool_checks_a53b0382,doctor_tool_checks_4acac51a,next_blocked_decisions_4140ad2b,policy_gate_213f7313,remediate_cli_output_cc165396,node_agent_mmd_orchestration_layer_orchestration_reme_359fe98f,node_agent_mmd_llm_model_layer_llmlayer_remediate_run_9e3d4585,node_agent_mmd_tool_layer_toollayer_remediate_runner__c003b871,node_agent_mmd_tool_layer_toollayer_review_gate_core__7704598b,node_agent_mmd_memory_vector_layer_memorylayer_review_5bee9816,index_1bc04b52,types_1_4ecdf56e,validation_constants_e002a0f6,validation_98c41dcd,node_agent_mmd_orchestration_layer_orchestration_chec_0550c395,node_agent_mmd_tool_layer_toollayer_checker_checker_2_453d593b,node_agent_mmd_memory_vector_layer_memorylayer_checke_a583eb4f,cli_args_1_6144b055,node_agent_mmd_orchestration_layer_orchestration_comm_6e41a7f7,node_agent_mmd_tool_layer_toollayer_command_capabilit_7fe13db1,node_agent_mmd_tool_layer_toollayer_command_capabilit_e97a4615,node_agent_mmd_memory_vector_layer_memorylayer_comman_c72a5d05,linear_command_actions_e430f4f4,node_agent_mmd_orchestration_layer_orchestration_line_b67affd5,node_agent_mmd_tool_layer_toollayer_linear_command_ru_d6763748,node_agent_mmd_orchestration_layer_orchestration_poli_3270b55d,node_agent_mmd_tool_layer_toollayer_policy_validators_af136abf,node_agent_mmd_memory_vector_layer_memorylayer_policy_1944de42,node_agent_mmd_orchestration_layer_orchestration_type_7cf81261,node_agent_mmd_tool_layer_toollayer_types_core_types__6c8319b6,node_agent_mmd_memory_vector_layer_memorylayer_types__83f369fa,node_agent_mmd_orchestration_layer_orchestration_vali_d9fe99e6,node_agent_mmd_tool_layer_toollayer_validator_core_va_6ef6131f,node_agent_mmd_memory_vector_layer_memorylayer_valida_41034356,validator_helpers_7b927667,node_agent_mmd_orchestration_layer_orchestration_he_p_fc778c24,node_agent_mmd_tool_layer_toollayer_he_phase_exit_cor_af016160,ralph_runtime_73d63c0e,observed_skill_usage_ed7d5930,closure_evidence_aaa31467,pr_creator_dc6b1ea4,client_948fe603,init_output_360dce91,scaffold_ci_templates_2afd6392,scaffold_codex_environment_templates_334fbbed,scaffold_config_templates_4b80ce53,node_agent_mmd_orchestration_layer_orchestration_scaf_c9a90c2f,node_agent_mmd_tool_layer_toollayer_scaffold_environm_c1afc013,node_agent_mmd_memory_vector_layer_memorylayer_scaffo_12b42341,scaffold_github_actions_pr_pipeline_renderer_1ee18de5,scaffold_github_actions_pr_pipeline_template_e2b85f62,scaffold_release_private_npm_template_075499f8,node_agent_mmd_tool_layer_toollayer_cli_cli_2_1_32d9eeaf,node_agent_mmd_memory_vector_layer_memorylayer_cli_cl_1f1f89ab,node_agent_mmd_tool_layer_toollayer_metrics_tracker_m_4c9237d8,node_agent_mmd_memory_vector_layer_memorylayer_metric_12562178,normalise_renderer_85f2e563,evaluation_engine_core_e054fe49,node_agent_mmd_orchestration_layer_orchestration_tool_cc43149f,node_agent_mmd_tool_layer_toollayer_tooling_baseline__61e66e9f,node_agent_mmd_memory_vector_layer_memorylayer_toolin_14f86b00,node_agent_mmd_orchestration_layer_orchestration_prom_d17b4de2,node_agent_mmd_llm_model_layer_llmlayer_prompt_contex_81f9066a,node_agent_mmd_tool_layer_toollayer_prompt_context_dr_a2772f2b,node_agent_mmd_memory_vector_layer_memorylayer_prompt_ae34fc43,replay_packet_a1293f88,index_12_762ec91b,review_lifecycle_contract_e5447221,review_lifecycle_89afa64c,node_agent_mmd_tool_layer_toollayer_runtime_card_code_3636ceac,node_agent_mmd_memory_vector_layer_memorylayer_runtim_a5d23e7f,runtime_card_codex_runtime_0655e230,runtime_evidence_bundle_d471a232,types_34_85e6a0bb,index_15_99636ec5,projection_1b250ea1,types_36_674380ec,validation_6_097a7ce3 toolNode
  classDef memNode fill:#555,color:#fff
-   class node_agent_mmd_llm_model_layer_llmlayer_check_steerin_a7dbbd2f,node_agent_mmd_tool_layer_toollayer_check_steering_fe_84ed22c2,node_agent_mmd_memory_vector_layer_memorylayer_check__d71f8993,normalize_workflow_contracts_8701f1c8,sync_codex_preflight_7e7a8dc2,test_harness_upgrade_matrix_84113c4e,validate_workflow_contracts_33dc063c,branch_protect_core_a8feb0fd,node_agent_mmd_tool_layer_toollayer_ci_migrate_core_c_049f8460,node_agent_mmd_memory_vector_layer_memorylayer_ci_mig_0cd5b1a4,context_health_80bb7da9,node_agent_mmd_llm_model_layer_llmlayer_context_conte_ad2dfbd9,node_agent_mmd_memory_vector_layer_memorylayer_contex_78ceaaa9,docs_gate_core_eb9b6c18,node_agent_mmd_llm_model_layer_llmlayer_index_context_1041bd11,node_agent_mmd_memory_vector_layer_memorylayer_index__6f3402d0,local_memory_preflight_dcc36c42,memory_gate_a577a506,pattern_scope_siblings_43abe000,review_context_ca6cf81d,node_agent_mmd_tool_layer_toollayer_review_gate_core__7704598b,node_agent_mmd_memory_vector_layer_memorylayer_review_5bee9816,node_agent_mmd_llm_model_layer_llmlayer_search_search_66b9a911,node_agent_mmd_memory_vector_layer_memorylayer_search_ac35cb7e,session_context_e5ec72c0,node_agent_mmd_orchestration_layer_orchestration_tool_acfe0c01,node_agent_mmd_memory_vector_layer_memorylayer_toolin_a1185b8f,run_local_memory_preflight_36e92808,node_agent_mmd_orchestration_layer_orchestration_chec_0550c395,node_agent_mmd_tool_layer_toollayer_checker_checker_2_453d593b,node_agent_mmd_memory_vector_layer_memorylayer_checke_a583eb4f,node_agent_mmd_orchestration_layer_orchestration_cont_61b3b9c9,node_agent_mmd_memory_vector_layer_memorylayer_contex_fe0865d6,node_agent_mmd_orchestration_layer_orchestration_type_4f906dcc,node_agent_mmd_memory_vector_layer_memorylayer_types__9ad640a0,branch_protect_sync_570adb18,node_agent_mmd_tool_layer_toollayer_command_capabilit_e97a4615,node_agent_mmd_memory_vector_layer_memorylayer_comman_c72a5d05,node_agent_mmd_orchestration_layer_orchestration_comm_1f8cc24c,node_agent_mmd_llm_model_layer_llmlayer_command_specs_782af9fa,node_agent_mmd_memory_vector_layer_memorylayer_comman_111eb454,local_memory_preflight_command_spec_9e23f3ce,memory_gate_command_spec_dc9001a9,review_gate_command_spec_3187376a,session_context_command_spec_973afbb1,node_agent_mmd_llm_model_layer_llmlayer_constants_con_c9bd3f6c,node_agent_mmd_memory_vector_layer_memorylayer_consta_702d3f46,context_compact_policy_3dcaf95d,node_agent_mmd_llm_model_layer_llmlayer_index_index_1_02e160ff,node_agent_mmd_memory_vector_layer_memorylayer_index__752bc61e,node_agent_mmd_llm_model_layer_llmlayer_indexer_index_4f4deef5,node_agent_mmd_memory_vector_layer_memorylayer_indexe_93e6d86f,init_error_5c7dd49f,lexical_fallback_723e2b3e,node_agent_mmd_llm_model_layer_llmlayer_ollama_ollama_968b23fa,node_agent_mmd_memory_vector_layer_memorylayer_ollama_6d51be16,rollout_a4fa034c,sources_878a52fc,store_824d80d7,node_agent_mmd_llm_model_layer_llmlayer_sync_contract_9f3cc8c1,node_agent_mmd_memory_vector_layer_memorylayer_sync_c_e43418bc,types_7_2f1ed65e,harness_run_context_ac7c77a9,index_3_7e40d474,json_schema_core_96d7e328,node_agent_mmd_orchestration_layer_orchestration_poli_3270b55d,node_agent_mmd_tool_layer_toollayer_policy_validators_af136abf,node_agent_mmd_memory_vector_layer_memorylayer_policy_1944de42,node_agent_mmd_orchestration_layer_orchestration_type_7cf81261,node_agent_mmd_tool_layer_toollayer_types_core_types__6c8319b6,node_agent_mmd_memory_vector_layer_memorylayer_types__83f369fa,node_agent_mmd_orchestration_layer_orchestration_vali_d9fe99e6,node_agent_mmd_tool_layer_toollayer_validator_core_va_6ef6131f,node_agent_mmd_memory_vector_layer_memorylayer_valida_41034356,node_agent_mmd_orchestration_layer_orchestration_init_2a9c3ecb,node_agent_mmd_memory_vector_layer_memorylayer_init_m_333d02c5,node_agent_mmd_orchestration_layer_orchestration_proj_6ab6f60f,node_agent_mmd_memory_vector_layer_memorylayer_projec_3ae304d9,scaffold_diagram_templates_dd88e83c,node_agent_mmd_orchestration_layer_orchestration_scaf_12cc07db,node_agent_mmd_memory_vector_layer_memorylayer_scaffo_5fd73b94,node_agent_mmd_orchestration_layer_orchestration_scaf_c9a90c2f,node_agent_mmd_tool_layer_toollayer_scaffold_environm_c1afc013,node_agent_mmd_memory_vector_layer_memorylayer_scaffo_12b42341,scaffold_root_command_templates_404fed7f,scaffold_script_template_registry_69312d4e,scaffold_shell_templates_0ad0f915,scaffold_surfaces_12d6494e,node_agent_mmd_orchestration_layer_orchestration_scaf_ff8f92f6,node_agent_mmd_memory_vector_layer_memorylayer_scaffo_a86eece1,scaffold_workflow_template_92310587,eval_seed_5699fd3e,index_8_6f0f20ec,review_context_1_e3afed15,memory_gate_1_265164ac,branch_enforcer_acb749cd,cli_args_5_09ea29f0,node_agent_mmd_tool_layer_toollayer_cli_cli_2_1_32d9eeaf,node_agent_mmd_memory_vector_layer_memorylayer_cli_cl_1f1f89ab,node_agent_mmd_tool_layer_toollayer_metrics_tracker_m_4c9237d8,node_agent_mmd_memory_vector_layer_memorylayer_metric_12562178,types_17_ed30531c,validator_4_5180cf23,node_agent_mmd_orchestration_layer_orchestration_clas_899b821a,node_agent_mmd_memory_vector_layer_memorylayer_classi_1ebbf5ff,node_agent_mmd_orchestration_layer_orchestration_tool_cc43149f,node_agent_mmd_tool_layer_toollayer_tooling_baseline__61e66e9f,node_agent_mmd_memory_vector_layer_memorylayer_toolin_14f86b00,claim_helpers_20dc8387,types_22_f3cf4a73,local_memory_smoke_1175abfc,local_memory_0db17ecc,performance_overload_c685bfcf,node_agent_mmd_orchestration_layer_orchestration_sugg_85c5ebe3,node_agent_mmd_memory_vector_layer_memorylayer_sugges_267f408d,node_agent_mmd_llm_model_layer_llmlayer_prompt_contex_6426acc2,node_agent_mmd_memory_vector_layer_memorylayer_prompt_55c0d605,types_29_929d5a70,policy_1_fc4198db,node_agent_mmd_tool_layer_toollayer_runtime_card_code_3636ceac,node_agent_mmd_memory_vector_layer_memorylayer_runtim_a5d23e7f,cli_11_338a8415,collector_0736fd5b,types_32_bfe791ff,overload_guard_2748c559 memNode
+   class node_agent_mmd_llm_model_layer_llmlayer_check_steerin_a7dbbd2f,node_agent_mmd_tool_layer_toollayer_check_steering_fe_84ed22c2,node_agent_mmd_memory_vector_layer_memorylayer_check__d71f8993,normalize_workflow_contracts_8701f1c8,sync_codex_preflight_7e7a8dc2,test_harness_upgrade_matrix_84113c4e,node_agent_mmd_llm_model_layer_llmlayer_validate_prom_9880f764,node_agent_mmd_memory_vector_layer_memorylayer_valida_c52c4db8,validate_runtime_packet_schemas_bc3ba8ec,validate_workflow_contracts_33dc063c,branch_protect_core_a8feb0fd,node_agent_mmd_tool_layer_toollayer_ci_migrate_core_c_049f8460,node_agent_mmd_memory_vector_layer_memorylayer_ci_mig_0cd5b1a4,context_health_80bb7da9,node_agent_mmd_llm_model_layer_llmlayer_context_conte_ad2dfbd9,node_agent_mmd_memory_vector_layer_memorylayer_contex_78ceaaa9,docs_gate_core_eb9b6c18,node_agent_mmd_llm_model_layer_llmlayer_index_context_1041bd11,node_agent_mmd_memory_vector_layer_memorylayer_index__6f3402d0,local_memory_preflight_dcc36c42,memory_gate_a577a506,pattern_scope_siblings_43abe000,review_context_ca6cf81d,node_agent_mmd_tool_layer_toollayer_review_gate_core__7704598b,node_agent_mmd_memory_vector_layer_memorylayer_review_5bee9816,node_agent_mmd_llm_model_layer_llmlayer_search_search_66b9a911,node_agent_mmd_memory_vector_layer_memorylayer_search_ac35cb7e,session_context_e5ec72c0,node_agent_mmd_orchestration_layer_orchestration_tool_acfe0c01,node_agent_mmd_memory_vector_layer_memorylayer_toolin_a1185b8f,run_local_memory_preflight_36e92808,node_agent_mmd_orchestration_layer_orchestration_chec_0550c395,node_agent_mmd_tool_layer_toollayer_checker_checker_2_453d593b,node_agent_mmd_memory_vector_layer_memorylayer_checke_a583eb4f,node_agent_mmd_orchestration_layer_orchestration_cont_61b3b9c9,node_agent_mmd_llm_model_layer_llmlayer_context_healt_cfc0bfa8,node_agent_mmd_memory_vector_layer_memorylayer_contex_3204aa0e,node_agent_mmd_orchestration_layer_orchestration_type_4f906dcc,node_agent_mmd_memory_vector_layer_memorylayer_types__9ad640a0,branch_protect_sync_570adb18,node_agent_mmd_tool_layer_toollayer_command_capabilit_e97a4615,node_agent_mmd_memory_vector_layer_memorylayer_comman_c72a5d05,node_agent_mmd_orchestration_layer_orchestration_comm_1f8cc24c,node_agent_mmd_llm_model_layer_llmlayer_command_specs_782af9fa,node_agent_mmd_memory_vector_layer_memorylayer_comman_111eb454,local_memory_preflight_command_spec_9e23f3ce,memory_gate_command_spec_dc9001a9,review_gate_command_spec_3187376a,session_context_command_spec_973afbb1,node_agent_mmd_llm_model_layer_llmlayer_constants_con_c9bd3f6c,node_agent_mmd_memory_vector_layer_memorylayer_consta_702d3f46,context_compact_policy_3dcaf95d,node_agent_mmd_llm_model_layer_llmlayer_index_index_1_02e160ff,node_agent_mmd_memory_vector_layer_memorylayer_index__752bc61e,node_agent_mmd_llm_model_layer_llmlayer_indexer_index_4f4deef5,node_agent_mmd_memory_vector_layer_memorylayer_indexe_93e6d86f,init_error_5c7dd49f,lexical_fallback_723e2b3e,node_agent_mmd_llm_model_layer_llmlayer_ollama_ollama_968b23fa,node_agent_mmd_memory_vector_layer_memorylayer_ollama_6d51be16,rollout_a4fa034c,sources_878a52fc,store_824d80d7,node_agent_mmd_llm_model_layer_llmlayer_sync_contract_9f3cc8c1,node_agent_mmd_memory_vector_layer_memorylayer_sync_c_e43418bc,types_7_2f1ed65e,harness_run_context_ac7c77a9,index_3_7e40d474,json_schema_core_96d7e328,node_agent_mmd_orchestration_layer_orchestration_poli_3270b55d,node_agent_mmd_tool_layer_toollayer_policy_validators_af136abf,node_agent_mmd_memory_vector_layer_memorylayer_policy_1944de42,node_agent_mmd_orchestration_layer_orchestration_type_7cf81261,node_agent_mmd_tool_layer_toollayer_types_core_types__6c8319b6,node_agent_mmd_memory_vector_layer_memorylayer_types__83f369fa,node_agent_mmd_orchestration_layer_orchestration_vali_d9fe99e6,node_agent_mmd_tool_layer_toollayer_validator_core_va_6ef6131f,node_agent_mmd_memory_vector_layer_memorylayer_valida_41034356,node_agent_mmd_orchestration_layer_orchestration_init_2a9c3ecb,node_agent_mmd_memory_vector_layer_memorylayer_init_m_333d02c5,node_agent_mmd_orchestration_layer_orchestration_proj_6ab6f60f,node_agent_mmd_memory_vector_layer_memorylayer_projec_3ae304d9,scaffold_diagram_templates_dd88e83c,node_agent_mmd_orchestration_layer_orchestration_scaf_12cc07db,node_agent_mmd_memory_vector_layer_memorylayer_scaffo_5fd73b94,node_agent_mmd_orchestration_layer_orchestration_scaf_c9a90c2f,node_agent_mmd_tool_layer_toollayer_scaffold_environm_c1afc013,node_agent_mmd_memory_vector_layer_memorylayer_scaffo_12b42341,scaffold_root_command_templates_404fed7f,scaffold_script_template_registry_69312d4e,scaffold_shell_templates_0ad0f915,scaffold_surfaces_12d6494e,node_agent_mmd_orchestration_layer_orchestration_scaf_ff8f92f6,node_agent_mmd_memory_vector_layer_memorylayer_scaffo_a86eece1,scaffold_workflow_template_92310587,eval_seed_5699fd3e,index_8_6f0f20ec,review_context_1_e3afed15,memory_gate_1_265164ac,branch_enforcer_acb749cd,cli_args_5_09ea29f0,node_agent_mmd_tool_layer_toollayer_cli_cli_2_1_32d9eeaf,node_agent_mmd_memory_vector_layer_memorylayer_cli_cl_1f1f89ab,node_agent_mmd_tool_layer_toollayer_metrics_tracker_m_4c9237d8,node_agent_mmd_memory_vector_layer_memorylayer_metric_12562178,types_17_ed30531c,validator_4_5180cf23,node_agent_mmd_orchestration_layer_orchestration_clas_899b821a,node_agent_mmd_memory_vector_layer_memorylayer_classi_1ebbf5ff,node_agent_mmd_orchestration_layer_orchestration_tool_cc43149f,node_agent_mmd_tool_layer_toollayer_tooling_baseline__61e66e9f,node_agent_mmd_memory_vector_layer_memorylayer_toolin_14f86b00,claim_helpers_20dc8387,types_22_f3cf4a73,local_memory_smoke_1175abfc,local_memory_0db17ecc,performance_overload_c685bfcf,node_agent_mmd_orchestration_layer_orchestration_sugg_85c5ebe3,node_agent_mmd_memory_vector_layer_memorylayer_sugges_267f408d,node_agent_mmd_orchestration_layer_orchestration_prom_d17b4de2,node_agent_mmd_llm_model_layer_llmlayer_prompt_contex_81f9066a,node_agent_mmd_tool_layer_toollayer_prompt_context_dr_a2772f2b,node_agent_mmd_memory_vector_layer_memorylayer_prompt_ae34fc43,node_agent_mmd_llm_model_layer_llmlayer_prompt_contex_6426acc2,node_agent_mmd_memory_vector_layer_memorylayer_prompt_55c0d605,types_29_929d5a70,policy_1_fc4198db,node_agent_mmd_tool_layer_toollayer_runtime_card_code_3636ceac,node_agent_mmd_memory_vector_layer_memorylayer_runtim_a5d23e7f,cli_11_338a8415,collector_0736fd5b,types_32_bfe791ff,overload_guard_2748c559 memNode
